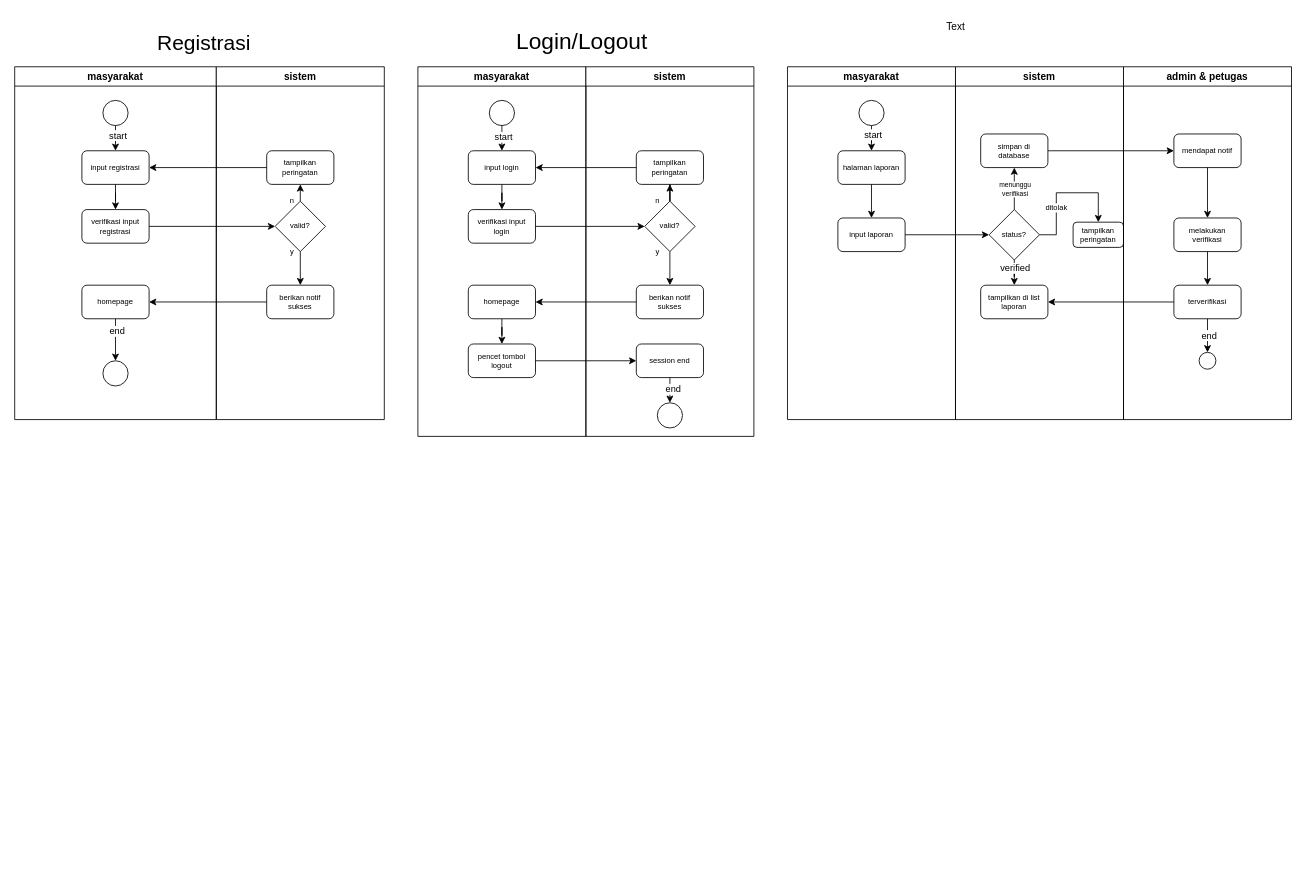
Above: activity diagram(revision).drawio in Mahklvk/laporanMasyarakatPreparation (draw.io), before the change. Source tidied: cells renumbered, new cells numbered last; positions are measured from the earlier drawing's top-left corner, leaving out a move shared by most shapes. Both pictures are drawn from the tidied source at 84%, with x=0, y=0 at pixel (14, 14).
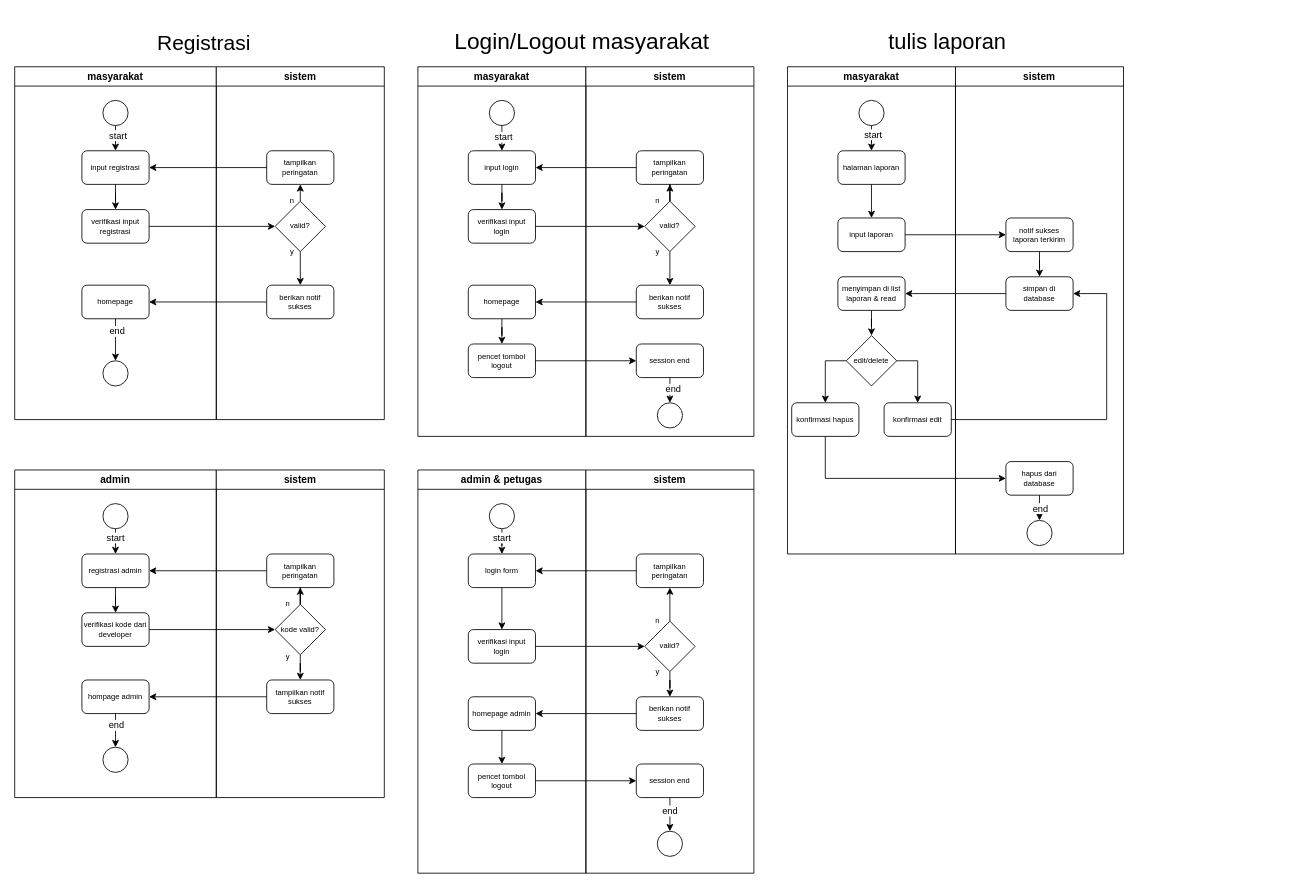
Above is the later version.

Commit message:
last revisi pls

Unchanged cells that the change refers to:
```xml
<mxCell id="58" value="input laporan" style="rounded=1;whiteSpace=wrap;html=1;fillColor=none;fontSize=9;" parent="52" vertex="1">
  <mxGeometry x="60" y="180" width="80" height="40" as="geometry" />
</mxCell>
```

What changed in the source:
```diff
@@
-    <mxCell id="51" value="Login/Logout" style="text;html=1;align=center;verticalAlign=middle;strokeColor=none;fillColor=none;fontSize=27;" parent="1" vertex="1">
-      <mxGeometry x="585" y="7" width="180" height="50" as="geometry" />
+    <mxCell id="51" value="Login/Logout masyarakat" style="text;html=1;align=center;verticalAlign=middle;strokeColor=none;fillColor=none;fontSize=27;" parent="1" vertex="1">
+      <mxGeometry x="510" y="7" width="330" height="50" as="geometry" />
     </mxCell>
     <mxCell id="52" value="masyarakat" style="swimlane;whiteSpace=wrap;html=1;" parent="1" vertex="1">
-      <mxGeometry x="920" y="62" width="200" height="420" as="geometry" />
+      <mxGeometry x="920" y="62" width="200" height="580" as="geometry" />
     </mxCell>
@@
+    <mxCell id="84" style="edgeStyle=orthogonalEdgeStyle;rounded=0;orthogonalLoop=1;jettySize=auto;html=1;entryX=0.5;entryY=0;entryDx=0;entryDy=0;" parent="52" edge="1">
+      <mxGeometry relative="1" as="geometry">
+        <mxPoint x="45" y="425" as="sourcePoint" />
+      </mxGeometry>
+    </mxCell>
+    <mxCell id="85" style="edgeStyle=orthogonalEdgeStyle;rounded=0;jettySize=auto;html=1;entryX=0.5;entryY=0;entryDx=0;entryDy=0;" parent="52" edge="1" source="86" target="89">
+      <mxGeometry relative="1" as="geometry" />
+    </mxCell>
+    <mxCell id="86" value="menyimpan di list laporan &amp;amp; read" style="rounded=1;whiteSpace=wrap;html=1;fillColor=none;fontSize=9;" parent="52" vertex="1">
+      <mxGeometry x="60" y="250" width="80" height="40" as="geometry" />
+    </mxCell>
+    <mxCell id="87" style="edgeStyle=orthogonalEdgeStyle;rounded=0;jettySize=auto;html=1;entryX=0.5;entryY=0;entryDx=0;entryDy=0;" parent="52" edge="1" source="89" target="90">
+      <mxGeometry relative="1" as="geometry">
+        <Array as="points">
+          <mxPoint x="45" y="350" />
+        </Array>
+      </mxGeometry>
+    </mxCell>
+    <mxCell id="88" style="edgeStyle=orthogonalEdgeStyle;rounded=0;jettySize=auto;html=1;exitX=1;exitY=0.5;exitDx=0;exitDy=0;entryX=0.5;entryY=0;entryDx=0;entryDy=0;" parent="52" edge="1" source="89" target="91">
+      <mxGeometry relative="1" as="geometry" />
+    </mxCell>
+    <mxCell id="89" value="edit/delete" style="rhombus;whiteSpace=wrap;html=1;fontSize=9;fillColor=none;" parent="52" vertex="1">
+      <mxGeometry x="70" y="320" width="60" height="60" as="geometry" />
+    </mxCell>
+    <mxCell id="90" value="konfirmasi hapus" style="rounded=1;whiteSpace=wrap;html=1;fillColor=none;fontSize=9;" parent="52" vertex="1">
+      <mxGeometry x="5" y="400" width="80" height="40" as="geometry" />
+    </mxCell>
+    <mxCell id="91" value="konfirmasi edit" style="rounded=1;whiteSpace=wrap;html=1;fillColor=none;fontSize=9;" parent="52" vertex="1">
+      <mxGeometry x="115" y="400" width="80" height="40" as="geometry" />
+    </mxCell>
     <mxCell id="59" value="sistem" style="swimlane;whiteSpace=wrap;html=1;" parent="1" vertex="1">
-      <mxGeometry x="1120" y="62" width="200" height="420" as="geometry" />
+      <mxGeometry x="1120" y="62" width="200" height="580" as="geometry" />
     </mxCell>
-    <mxCell id="60" style="edgeStyle=orthogonalEdgeStyle;rounded=0;jettySize=auto;html=1;entryX=0.5;entryY=1;entryDx=0;entryDy=0;" parent="59" edge="1" source="66" target="67">
-      <mxGeometry relative="1" as="geometry" />
-    </mxCell>
-    <mxCell id="61" value="menunggu&lt;div&gt;verifikasi&lt;/div&gt;" style="edgeLabel;html=1;align=center;verticalAlign=middle;fontSize=8;" parent="60" vertex="1">
-      <mxGeometry x="0.01" relative="1" as="geometry" />
-    </mxCell>
-    <mxCell id="62" style="edgeStyle=orthogonalEdgeStyle;rounded=0;jettySize=auto;html=1;entryX=0.5;entryY=0;entryDx=0;entryDy=0;" parent="59" edge="1" source="66" target="68">
-      <mxGeometry relative="1" as="geometry" />
-    </mxCell>
-    <mxCell id="63" value="ditolak" style="edgeLabel;html=1;align=center;verticalAlign=middle;fontSize=9;" parent="62" vertex="1">
-      <mxGeometry x="-0.31" y="1" relative="1" as="geometry" />
-    </mxCell>
-    <mxCell id="64" style="edgeStyle=orthogonalEdgeStyle;rounded=0;jettySize=auto;html=1;entryX=0.5;entryY=0;entryDx=0;entryDy=0;" parent="59" edge="1" source="66" target="69">
-      <mxGeometry relative="1" as="geometry" />
-    </mxCell>
-    <mxCell id="65" value="verified" style="edgeLabel;html=1;align=center;verticalAlign=middle;" parent="64" vertex="1">
-      <mxGeometry x="-0.63" relative="1" as="geometry" />
-    </mxCell>
-    <mxCell id="66" value="status?" style="rhombus;whiteSpace=wrap;html=1;fontSize=9;fillColor=none;" parent="59" vertex="1">
-      <mxGeometry x="40" y="170" width="60" height="60" as="geometry" />
-    </mxCell>
     <mxCell id="67" value="simpan di database" style="rounded=1;whiteSpace=wrap;html=1;fillColor=none;fontSize=9;" parent="59" vertex="1">
-      <mxGeometry x="30" y="80" width="80" height="40" as="geometry" />
+      <mxGeometry x="60" y="250" width="80" height="40" as="geometry" />
     </mxCell>
-    <mxCell id="68" value="tampilkan peringatan" style="rounded=1;whiteSpace=wrap;html=1;fillColor=none;fontSize=9;" parent="59" vertex="1">
-      <mxGeometry x="140" y="185" width="60" height="30" as="geometry" />
-    </mxCell>
-    <mxCell id="69" value="tampilkan di list laporan" style="rounded=1;whiteSpace=wrap;html=1;fillColor=none;fontSize=9;" parent="59" vertex="1">
-      <mxGeometry x="30" y="260" width="80" height="40" as="geometry" />
-    </mxCell>
+    <mxCell id="92" style="edgeStyle=orthogonalEdgeStyle;rounded=0;jettySize=auto;html=1;entryX=0.5;entryY=0;entryDx=0;entryDy=0;" parent="59" edge="1" source="93" target="67">
+      <mxGeometry relative="1" as="geometry" />
+    </mxCell>
+    <mxCell id="93" value="notif sukses laporan terkirim" style="rounded=1;whiteSpace=wrap;html=1;fillColor=none;fontSize=9;" parent="59" vertex="1">
+      <mxGeometry x="60" y="180" width="80" height="40" as="geometry" />
+    </mxCell>
+    <mxCell id="94" style="edgeStyle=orthogonalEdgeStyle;rounded=0;jettySize=auto;html=1;entryX=0.5;entryY=0;entryDx=0;entryDy=0;" parent="59" edge="1" source="96" target="97">
+      <mxGeometry relative="1" as="geometry" />
+    </mxCell>
+    <mxCell id="95" value="end" style="edgeLabel;html=1;align=center;verticalAlign=middle;" parent="94" vertex="1">
+      <mxGeometry x="0.38" relative="1" as="geometry" />
+    </mxCell>
+    <mxCell id="96" value="hapus dari database" style="rounded=1;whiteSpace=wrap;html=1;fillColor=none;fontSize=9;" parent="59" vertex="1">
+      <mxGeometry x="60" y="470" width="80" height="40" as="geometry" />
+    </mxCell>
+    <mxCell id="97" style="ellipse;whiteSpace=wrap;html=1;fillColor=none;" parent="59" vertex="1">
+      <mxGeometry x="85" y="540" width="30" height="30" as="geometry" />
+    </mxCell>
@@
+    <mxCell id="83" value="tulis laporan" style="text;html=1;align=center;verticalAlign=middle;strokeColor=none;fillColor=none;fontSize=26;" parent="1" vertex="1">
+      <mxGeometry x="1030" y="12" width="160" height="40" as="geometry" />
+    </mxCell>
+    <mxCell id="98" value="admin" style="swimlane;whiteSpace=wrap;html=1;" parent="1" vertex="1">
+      <mxGeometry y="542" width="240" height="390" as="geometry" />
+    </mxCell>
+    <mxCell id="99" style="edgeStyle=orthogonalEdgeStyle;rounded=0;jettySize=auto;html=1;entryX=0.5;entryY=0;entryDx=0;entryDy=0;" parent="98" edge="1" source="101" target="103">
+      <mxGeometry relative="1" as="geometry" />
+    </mxCell>
+    <mxCell id="100" value="start" style="edgeLabel;html=1;align=center;verticalAlign=middle;" parent="99" vertex="1">
+      <mxGeometry x="-0.6" y="-1" relative="1" as="geometry" />
+    </mxCell>
+    <mxCell id="101" style="ellipse;whiteSpace=wrap;html=1;fillColor=none;" parent="98" vertex="1">
+      <mxGeometry x="105" y="40" width="30" height="30" as="geometry" />
+    </mxCell>
+    <mxCell id="102" style="edgeStyle=orthogonalEdgeStyle;rounded=0;jettySize=auto;html=1;entryX=0.5;entryY=0;entryDx=0;entryDy=0;" parent="98" edge="1" source="103" target="104">
+      <mxGeometry relative="1" as="geometry" />
+    </mxCell>
+    <mxCell id="103" value="registrasi admin" style="rounded=1;whiteSpace=wrap;html=1;fillColor=none;fontSize=9;" parent="98" vertex="1">
+      <mxGeometry x="80" y="100" width="80" height="40" as="geometry" />
+    </mxCell>
+    <mxCell id="104" value="verifikasi kode dari developer" style="rounded=1;whiteSpace=wrap;html=1;fillColor=none;fontSize=9;" parent="98" vertex="1">
+      <mxGeometry x="80" y="170" width="80" height="40" as="geometry" />
+    </mxCell>
+    <mxCell id="105" style="edgeStyle=orthogonalEdgeStyle;rounded=0;jettySize=auto;html=1;" parent="98" edge="1" source="107" target="108">
+      <mxGeometry relative="1" as="geometry" />
+    </mxCell>
+    <mxCell id="106" value="end" style="edgeLabel;html=1;align=center;verticalAlign=middle;" parent="105" vertex="1">
+      <mxGeometry x="-0.35" relative="1" as="geometry" />
+    </mxCell>
+    <mxCell id="107" value="hompage admin" style="rounded=1;whiteSpace=wrap;html=1;fillColor=none;fontSize=9;" parent="98" vertex="1">
+      <mxGeometry x="80" y="250" width="80" height="40" as="geometry" />
+    </mxCell>
+    <mxCell id="108" style="ellipse;whiteSpace=wrap;html=1;fillColor=none;" parent="98" vertex="1">
+      <mxGeometry x="105" y="330" width="30" height="30" as="geometry" />
+    </mxCell>
+    <mxCell id="109" value="sistem" style="swimlane;whiteSpace=wrap;html=1;" parent="1" vertex="1">
+      <mxGeometry x="240" y="542" width="200" height="390" as="geometry" />
+    </mxCell>
+    <mxCell id="110" style="edgeStyle=orthogonalEdgeStyle;rounded=0;jettySize=auto;html=1;entryX=0.5;entryY=1;entryDx=0;entryDy=0;" parent="109" edge="1" source="112" target="114">
+      <mxGeometry relative="1" as="geometry" />
+    </mxCell>
+    <mxCell id="111" style="edgeStyle=orthogonalEdgeStyle;rounded=0;jettySize=auto;html=1;entryX=0.5;entryY=0;entryDx=0;entryDy=0;" parent="109" edge="1" source="112" target="115">
+      <mxGeometry relative="1" as="geometry" />
+    </mxCell>
+    <mxCell id="112" value="kode valid?" style="rhombus;whiteSpace=wrap;html=1;fontSize=9;fillColor=none;" parent="109" vertex="1">
+      <mxGeometry x="70" y="160" width="60" height="60" as="geometry" />
+    </mxCell>
+    <mxCell id="113" value="n" style="text;html=1;align=center;verticalAlign=middle;strokeColor=none;fillColor=none;fontSize=9;" parent="109" vertex="1">
+      <mxGeometry x="70" y="150" width="30" height="20" as="geometry" />
+    </mxCell>
+    <mxCell id="114" value="tampilkan peringatan" style="rounded=1;whiteSpace=wrap;html=1;fillColor=none;fontSize=9;" parent="109" vertex="1">
+      <mxGeometry x="60" y="100" width="80" height="40" as="geometry" />
+    </mxCell>
+    <mxCell id="115" value="tampilkan notif sukses" style="rounded=1;whiteSpace=wrap;html=1;fillColor=none;fontSize=9;" parent="109" vertex="1">
+      <mxGeometry x="60" y="250" width="80" height="40" as="geometry" />
+    </mxCell>
+    <mxCell id="116" value="y" style="text;html=1;align=center;verticalAlign=middle;strokeColor=none;fillColor=none;fontSize=9;" parent="109" vertex="1">
+      <mxGeometry x="70" y="213" width="30" height="20" as="geometry" />
+    </mxCell>
+    <mxCell id="117" style="edgeStyle=orthogonalEdgeStyle;rounded=0;jettySize=auto;html=1;entryX=0;entryY=0.5;entryDx=0;entryDy=0;" parent="1" edge="1" source="58" target="93">
+      <mxGeometry relative="1" as="geometry" />
+    </mxCell>
+    <mxCell id="118" style="edgeStyle=orthogonalEdgeStyle;rounded=0;jettySize=auto;html=1;entryX=0;entryY=0.5;entryDx=0;entryDy=0;" parent="1" edge="1" source="104" target="112">
+      <mxGeometry relative="1" as="geometry" />
+    </mxCell>
+    <mxCell id="119" style="edgeStyle=orthogonalEdgeStyle;rounded=0;jettySize=auto;html=1;entryX=1;entryY=0.5;entryDx=0;entryDy=0;" parent="1" edge="1" source="114" target="103">
+      <mxGeometry relative="1" as="geometry" />
+    </mxCell>
+    <mxCell id="120" style="edgeStyle=orthogonalEdgeStyle;rounded=0;jettySize=auto;html=1;entryX=1;entryY=0.5;entryDx=0;entryDy=0;" parent="1" edge="1" source="115" target="107">
+      <mxGeometry relative="1" as="geometry" />
+    </mxCell>
     <mxCell id="71" value="admin &amp;amp; petugas" style="swimlane;whiteSpace=wrap;html=1;" parent="1" vertex="1">
-      <mxGeometry x="1320" y="62" width="200" height="420" as="geometry" />
+      <mxGeometry x="480" y="542" width="200" height="480" as="geometry" />
     </mxCell>
-    <mxCell id="72" style="edgeStyle=orthogonalEdgeStyle;rounded=0;jettySize=auto;html=1;entryX=0.5;entryY=0;entryDx=0;entryDy=0;" parent="71" edge="1" source="73" target="75">
-      <mxGeometry relative="1" as="geometry" />
-    </mxCell>
-    <mxCell id="73" value="mendapat notif" style="rounded=1;whiteSpace=wrap;html=1;fillColor=none;fontSize=9;" parent="71" vertex="1">
-      <mxGeometry x="60" y="80" width="80" height="40" as="geometry" />
-    </mxCell>
-    <mxCell id="74" style="edgeStyle=orthogonalEdgeStyle;rounded=0;jettySize=auto;html=1;entryX=0.5;entryY=0;entryDx=0;entryDy=0;" parent="71" edge="1" source="75" target="78">
-      <mxGeometry relative="1" as="geometry" />
-    </mxCell>
-    <mxCell id="75" value="melakukan verifikasi" style="rounded=1;whiteSpace=wrap;html=1;fillColor=none;fontSize=9;" parent="71" vertex="1">
-      <mxGeometry x="60" y="180" width="80" height="40" as="geometry" />
-    </mxCell>
-    <mxCell id="76" style="edgeStyle=orthogonalEdgeStyle;rounded=0;jettySize=auto;html=1;entryX=0.5;entryY=0;entryDx=0;entryDy=0;" parent="71" edge="1" source="78" target="79">
-      <mxGeometry relative="1" as="geometry" />
-    </mxCell>
-    <mxCell id="77" value="end" style="edgeLabel;html=1;align=center;verticalAlign=middle;" parent="76" vertex="1">
-      <mxGeometry x="-0.05" y="1" relative="1" as="geometry" />
-    </mxCell>
-    <mxCell id="78" value="terverifikasi" style="rounded=1;whiteSpace=wrap;html=1;fillColor=none;fontSize=9;" parent="71" vertex="1">
-      <mxGeometry x="60" y="260" width="80" height="40" as="geometry" />
-    </mxCell>
-    <mxCell id="79" style="ellipse;whiteSpace=wrap;html=1;fillColor=none;" parent="71" vertex="1">
-      <mxGeometry x="90" y="340" width="20" height="20" as="geometry" />
-    </mxCell>
-    <mxCell id="80" style="edgeStyle=orthogonalEdgeStyle;rounded=0;jettySize=auto;html=1;" parent="1" edge="1" source="58">
-      <mxGeometry relative="1" as="geometry">
-        <mxPoint x="1160" y="262" as="targetPoint" />
-      </mxGeometry>
-    </mxCell>
-    <mxCell id="81" style="edgeStyle=orthogonalEdgeStyle;rounded=0;jettySize=auto;html=1;entryX=0;entryY=0.5;entryDx=0;entryDy=0;" parent="1" edge="1" source="67" target="73">
-      <mxGeometry relative="1" as="geometry" />
-    </mxCell>
-    <mxCell id="82" style="edgeStyle=orthogonalEdgeStyle;rounded=0;jettySize=auto;html=1;entryX=1;entryY=0.5;entryDx=0;entryDy=0;" parent="1" edge="1" source="78" target="69">
-      <mxGeometry relative="1" as="geometry" />
-    </mxCell>
-    <mxCell id="83" value="Text" style="text;html=1;align=center;verticalAlign=middle;strokeColor=none;fillColor=none;" parent="1" vertex="1">
-      <mxGeometry x="1095" width="50" height="30" as="geometry" />
-    </mxCell>
+    <mxCell id="121" style="edgeStyle=orthogonalEdgeStyle;rounded=0;jettySize=auto;html=1;entryX=0.5;entryY=0;entryDx=0;entryDy=0;" parent="71" edge="1" source="123" target="125">
+      <mxGeometry relative="1" as="geometry" />
+    </mxCell>
+    <mxCell id="122" value="start" style="edgeLabel;html=1;align=center;verticalAlign=middle;" parent="121" vertex="1">
+      <mxGeometry x="-0.6" y="-1" relative="1" as="geometry" />
+    </mxCell>
+    <mxCell id="123" style="ellipse;whiteSpace=wrap;html=1;fillColor=none;" parent="71" vertex="1">
+      <mxGeometry x="85" y="40" width="30" height="30" as="geometry" />
+    </mxCell>
+    <mxCell id="124" style="edgeStyle=orthogonalEdgeStyle;rounded=0;jettySize=auto;html=1;entryX=0.5;entryY=0;entryDx=0;entryDy=0;" parent="71" edge="1" source="125" target="126">
+      <mxGeometry relative="1" as="geometry" />
+    </mxCell>
+    <mxCell id="125" value="login form" style="rounded=1;whiteSpace=wrap;html=1;fillColor=none;fontSize=9;" parent="71" vertex="1">
+      <mxGeometry x="60" y="100" width="80" height="40" as="geometry" />
+    </mxCell>
+    <mxCell id="126" value="verifikasi input login" style="rounded=1;whiteSpace=wrap;html=1;fillColor=none;fontSize=9;" parent="71" vertex="1">
+      <mxGeometry x="60" y="190" width="80" height="40" as="geometry" />
+    </mxCell>
+    <mxCell id="127" style="edgeStyle=orthogonalEdgeStyle;rounded=0;jettySize=auto;html=1;entryX=0.5;entryY=0;entryDx=0;entryDy=0;" parent="71" edge="1" source="128" target="129">
+      <mxGeometry relative="1" as="geometry" />
+    </mxCell>
+    <mxCell id="128" value="homepage admin" style="rounded=1;whiteSpace=wrap;html=1;fillColor=none;fontSize=9;" parent="71" vertex="1">
+      <mxGeometry x="60" y="270" width="80" height="40" as="geometry" />
+    </mxCell>
+    <mxCell id="129" value="pencet tombol logout" style="rounded=1;whiteSpace=wrap;html=1;fillColor=none;fontSize=9;" parent="71" vertex="1">
+      <mxGeometry x="60" y="350" width="80" height="40" as="geometry" />
+    </mxCell>
+    <mxCell id="130" value="sistem" style="swimlane;whiteSpace=wrap;html=1;" parent="1" vertex="1">
+      <mxGeometry x="680" y="542" width="200" height="480" as="geometry" />
+    </mxCell>
+    <mxCell id="131" style="edgeStyle=orthogonalEdgeStyle;rounded=0;jettySize=auto;html=1;entryX=0.5;entryY=1;entryDx=0;entryDy=0;" parent="130" edge="1" source="133" target="134">
+      <mxGeometry relative="1" as="geometry" />
+    </mxCell>
+    <mxCell id="132" style="edgeStyle=orthogonalEdgeStyle;rounded=0;jettySize=auto;html=1;entryX=0.5;entryY=0;entryDx=0;entryDy=0;" parent="130" edge="1" source="133" target="137">
+      <mxGeometry relative="1" as="geometry" />
+    </mxCell>
+    <mxCell id="133" value="valid?" style="rhombus;whiteSpace=wrap;html=1;fontSize=9;fillColor=none;" parent="130" vertex="1">
+      <mxGeometry x="70" y="180" width="60" height="60" as="geometry" />
+    </mxCell>
+    <mxCell id="134" value="tampilkan peringatan" style="rounded=1;whiteSpace=wrap;html=1;fillColor=none;fontSize=9;" parent="130" vertex="1">
+      <mxGeometry x="60" y="100" width="80" height="40" as="geometry" />
+    </mxCell>
+    <mxCell id="135" value="n" style="text;html=1;align=center;verticalAlign=middle;strokeColor=none;fillColor=none;fontSize=9;" parent="130" vertex="1">
+      <mxGeometry x="70" y="170" width="30" height="20" as="geometry" />
+    </mxCell>
+    <mxCell id="136" value="y" style="text;html=1;align=center;verticalAlign=middle;strokeColor=none;fillColor=none;fontSize=9;" parent="130" vertex="1">
+      <mxGeometry x="70" y="230" width="30" height="20" as="geometry" />
+    </mxCell>
+    <mxCell id="137" value="berikan notif sukses" style="rounded=1;whiteSpace=wrap;html=1;fillColor=none;fontSize=9;" parent="130" vertex="1">
+      <mxGeometry x="60" y="270" width="80" height="40" as="geometry" />
+    </mxCell>
+    <mxCell id="138" style="edgeStyle=orthogonalEdgeStyle;rounded=0;jettySize=auto;html=1;entryX=0.5;entryY=0;entryDx=0;entryDy=0;" parent="130" edge="1" source="140" target="141">
+      <mxGeometry relative="1" as="geometry" />
+    </mxCell>
+    <mxCell id="139" value="end" style="edgeLabel;html=1;align=center;verticalAlign=middle;" parent="138" vertex="1">
+      <mxGeometry x="-0.24" y="-1" relative="1" as="geometry" />
+    </mxCell>
+    <mxCell id="140" value="session end" style="rounded=1;whiteSpace=wrap;html=1;fillColor=none;fontSize=9;" parent="130" vertex="1">
+      <mxGeometry x="60" y="350" width="80" height="40" as="geometry" />
+    </mxCell>
+    <mxCell id="141" style="ellipse;whiteSpace=wrap;html=1;fillColor=none;" parent="130" vertex="1">
+      <mxGeometry x="85" y="430" width="30" height="30" as="geometry" />
+    </mxCell>
+    <mxCell id="142" style="edgeStyle=orthogonalEdgeStyle;rounded=0;jettySize=auto;html=1;entryX=0;entryY=0.5;entryDx=0;entryDy=0;" parent="1" edge="1" source="126" target="133">
+      <mxGeometry relative="1" as="geometry" />
+    </mxCell>
+    <mxCell id="143" style="edgeStyle=orthogonalEdgeStyle;rounded=0;jettySize=auto;html=1;entryX=1;entryY=0.5;entryDx=0;entryDy=0;" parent="1" edge="1" source="134" target="125">
+      <mxGeometry relative="1" as="geometry" />
+    </mxCell>
+    <mxCell id="144" style="edgeStyle=orthogonalEdgeStyle;rounded=0;jettySize=auto;html=1;entryX=1;entryY=0.5;entryDx=0;entryDy=0;" parent="1" edge="1" source="137" target="128">
+      <mxGeometry relative="1" as="geometry" />
+    </mxCell>
+    <mxCell id="145" style="edgeStyle=orthogonalEdgeStyle;rounded=0;jettySize=auto;html=1;entryX=0;entryY=0.5;entryDx=0;entryDy=0;" parent="1" edge="1" source="129" target="140">
+      <mxGeometry relative="1" as="geometry" />
+    </mxCell>
+    <mxCell id="146" style="edgeStyle=orthogonalEdgeStyle;rounded=0;jettySize=auto;html=1;entryX=1;entryY=0.5;entryDx=0;entryDy=0;" parent="1" edge="1" source="67" target="86">
+      <mxGeometry relative="1" as="geometry" />
+    </mxCell>
+    <mxCell id="147" style="edgeStyle=orthogonalEdgeStyle;rounded=0;jettySize=auto;html=1;entryX=1;entryY=0.5;entryDx=0;entryDy=0;" parent="1" edge="1" source="91" target="67">
+      <mxGeometry relative="1" as="geometry">
+        <Array as="points">
+          <mxPoint x="1300" y="482" />
+          <mxPoint x="1300" y="332" />
+        </Array>
+      </mxGeometry>
+    </mxCell>
+    <mxCell id="148" style="edgeStyle=orthogonalEdgeStyle;rounded=0;jettySize=auto;html=1;entryX=0;entryY=0.5;entryDx=0;entryDy=0;" parent="1" edge="1" source="90" target="96">
+      <mxGeometry relative="1" as="geometry">
+        <Array as="points">
+          <mxPoint x="965" y="552" />
+        </Array>
+      </mxGeometry>
+    </mxCell>
```
